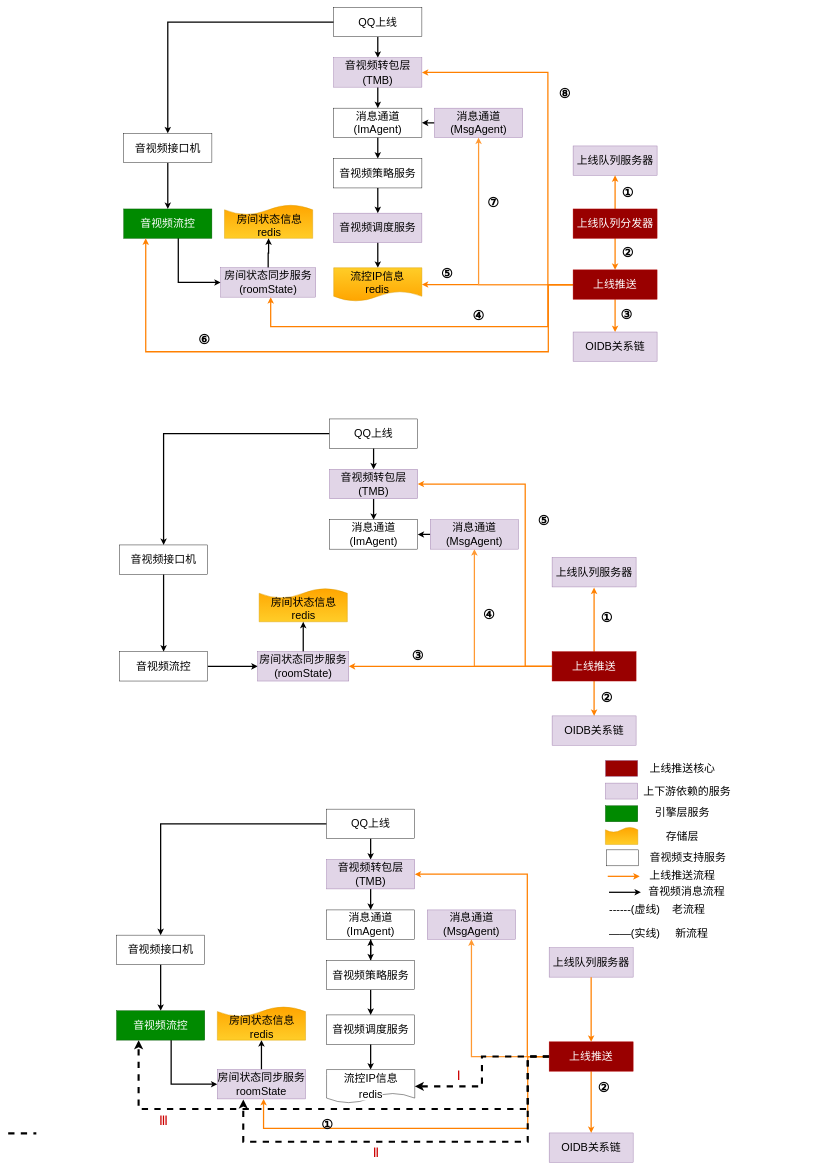
BBQldf/drawIO keeps this draw.io diagram as 多人上线推送总结.drawio. Above is the earlier version. Source tidied: cells renumbered, new cells numbered last; positions are measured from the earlier drawing's top-left corner, leaving out a move shared by most shapes. Both pictures are drawn from the tidied source at 42%, with x=0, y=0 at pixel (8, 7).
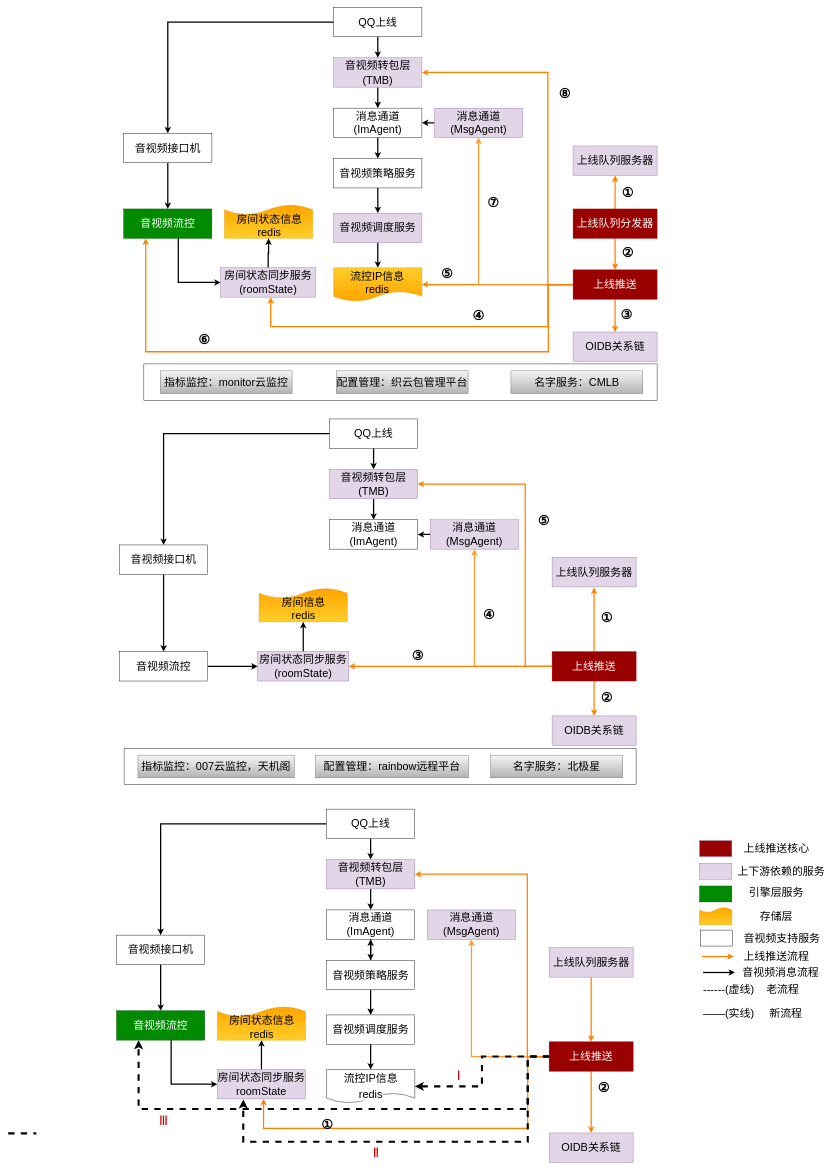
After the change.

Commit message (it also covers changes not shown here):
更新多人上线推送总结.drawio

The change refers to these unchanged cells:
```xml
<mxCell id="64" style="group;" parent="1" vertex="1">
  <mxGeometry x="597.5" y="1383" width="210" height="80" as="geometry" />
</mxCell>
```

Change to the diagram source:
```diff
@@
-    <mxCell id="66" value="房间状态信息&lt;br&gt;redis" style="text;html=1;strokeColor=none;fillColor=none;align=center;verticalAlign=middle;whiteSpace=wrap;rounded=0;fontSize=26;" parent="64" vertex="1">
+    <mxCell id="66" value="房间信息&lt;br&gt;redis" style="text;html=1;strokeColor=none;fillColor=none;align=center;verticalAlign=middle;whiteSpace=wrap;rounded=0;fontSize=26;" parent="64" vertex="1">
       <mxGeometry x="1" y="35" width="209" height="30" as="geometry" />
     </mxCell>
@@
     <mxCell id="116" style="rounded=0;whiteSpace=wrap;html=1;fontSize=26;fillColor=#e1d5e7;strokeColor=#9673a6;" parent="1" vertex="1">
-      <mxGeometry x="1422" y="1847" width="77" height="38" as="geometry" />
+      <mxGeometry x="1646" y="2038" width="77" height="38" as="geometry" />
     </mxCell>
     <mxCell id="117" value="&lt;font color=&quot;#000000&quot;&gt;上下游依赖的服务&lt;/font&gt;" style="text;html=1;strokeColor=none;fillColor=none;align=center;verticalAlign=middle;whiteSpace=wrap;rounded=0;fontSize=26;fontColor=#CC0000;" parent="1" vertex="1">
-      <mxGeometry x="1509" y="1851" width="215" height="30" as="geometry" />
+      <mxGeometry x="1733" y="2042" width="215" height="30" as="geometry" />
     </mxCell>
     <mxCell id="118" style="rounded=0;whiteSpace=wrap;html=1;fontSize=26;fillColor=#008a00;strokeColor=#005700;fontColor=#ffffff;" parent="1" vertex="1">
-      <mxGeometry x="1422" y="1901" width="77" height="38" as="geometry" />
+      <mxGeometry x="1646" y="2092" width="77" height="38" as="geometry" />
     </mxCell>
     <mxCell id="119" value="&lt;font color=&quot;#000000&quot;&gt;引擎层服务&lt;/font&gt;" style="text;html=1;strokeColor=none;fillColor=none;align=center;verticalAlign=middle;whiteSpace=wrap;rounded=0;fontSize=26;fontColor=#CC0000;" parent="1" vertex="1">
-      <mxGeometry x="1515" y="1901" width="180" height="30" as="geometry" />
+      <mxGeometry x="1739" y="2092" width="180" height="30" as="geometry" />
     </mxCell>
     <mxCell id="120" style="group;" parent="1" vertex="1">
-      <mxGeometry x="1422" y="1952" width="87" height="41" as="geometry" />
+      <mxGeometry x="1646" y="2143" width="87" height="41" as="geometry" />
     </mxCell>
@@
     <mxCell id="122" value="&lt;font color=&quot;#000000&quot;&gt;存储层&lt;/font&gt;" style="text;html=1;strokeColor=none;fillColor=none;align=center;verticalAlign=middle;whiteSpace=wrap;rounded=0;fontSize=26;fontColor=#CC0000;" parent="1" vertex="1">
-      <mxGeometry x="1515" y="1957.5" width="180" height="30" as="geometry" />
+      <mxGeometry x="1739" y="2148.5" width="180" height="30" as="geometry" />
     </mxCell>
     <mxCell id="123" style="rounded=0;whiteSpace=wrap;html=1;fontSize=26;fillColor=#990000;strokeColor=#9673a6;" parent="1" vertex="1">
-      <mxGeometry x="1422" y="1793" width="77" height="38" as="geometry" />
+      <mxGeometry x="1646" y="1984" width="77" height="38" as="geometry" />
     </mxCell>
     <mxCell id="124" value="&lt;font color=&quot;#000000&quot;&gt;上线推送核心&lt;/font&gt;" style="text;html=1;strokeColor=none;fillColor=none;align=center;verticalAlign=middle;whiteSpace=wrap;rounded=0;fontSize=26;fontColor=#CC0000;" parent="1" vertex="1">
-      <mxGeometry x="1497.5" y="1797" width="215" height="30" as="geometry" />
+      <mxGeometry x="1721.5" y="1988" width="215" height="30" as="geometry" />
     </mxCell>
     <mxCell id="125" style="endArrow=classic;html=1;rounded=0;fontSize=26;fontColor=#000000;strokeColor=#FF8000;strokeWidth=3;" parent="1" edge="1">
       <mxGeometry relative="1" as="geometry">
-        <mxPoint x="1427.5" y="2069" as="sourcePoint" />
-        <mxPoint x="1503.5" y="2069" as="targetPoint" />
+        <mxPoint x="1651.5" y="2260" as="sourcePoint" />
+        <mxPoint x="1727.5" y="2260" as="targetPoint" />
       </mxGeometry>
     </mxCell>
     <mxCell id="126" value="&lt;font color=&quot;#000000&quot;&gt;上线推送流程&lt;/font&gt;" style="text;html=1;strokeColor=none;fillColor=none;align=center;verticalAlign=middle;whiteSpace=wrap;rounded=0;fontSize=26;fontColor=#CC0000;" parent="1" vertex="1">
-      <mxGeometry x="1514.5" y="2053" width="180" height="30" as="geometry" />
+      <mxGeometry x="1738.5" y="2244" width="180" height="30" as="geometry" />
     </mxCell>
     <mxCell id="127" style="endArrow=classic;html=1;rounded=0;fontSize=26;fontColor=#000000;strokeColor=#000000;strokeWidth=3;" parent="1" edge="1">
       <mxGeometry relative="1" as="geometry">
-        <mxPoint x="1430.5" y="2107" as="sourcePoint" />
-        <mxPoint x="1506.5" y="2107" as="targetPoint" />
+        <mxPoint x="1654.5" y="2298" as="sourcePoint" />
+        <mxPoint x="1730.5" y="2298" as="targetPoint" />
       </mxGeometry>
     </mxCell>
     <mxCell id="128" value="&lt;font color=&quot;#000000&quot;&gt;音视频消息流程&lt;/font&gt;" style="text;html=1;strokeColor=none;fillColor=none;align=center;verticalAlign=middle;whiteSpace=wrap;rounded=0;fontSize=26;fontColor=#CC0000;" parent="1" vertex="1">
-      <mxGeometry x="1517.5" y="2091" width="195" height="30" as="geometry" />
+      <mxGeometry x="1741.5" y="2282" width="195" height="30" as="geometry" />
     </mxCell>
     <mxCell id="129" style="rounded=0;whiteSpace=wrap;html=1;fontSize=26;" parent="1" vertex="1">
-      <mxGeometry x="1424" y="2006" width="77" height="38" as="geometry" />
+      <mxGeometry x="1648" y="2197" width="77" height="38" as="geometry" />
     </mxCell>
     <mxCell id="130" value="&lt;font color=&quot;#000000&quot;&gt;音视频支持服务&lt;/font&gt;" style="text;html=1;strokeColor=none;fillColor=none;align=center;verticalAlign=middle;whiteSpace=wrap;rounded=0;fontSize=26;fontColor=#CC0000;" parent="1" vertex="1">
-      <mxGeometry x="1511" y="2010" width="215" height="30" as="geometry" />
+      <mxGeometry x="1735" y="2201" width="215" height="30" as="geometry" />
     </mxCell>
     <mxCell id="131" value="&lt;p&gt;&lt;span&gt;------(&lt;/span&gt;&lt;span&gt;虚线&lt;/span&gt;&lt;span&gt;)&amp;nbsp; &amp;nbsp;&amp;nbsp;&lt;/span&gt;&lt;span&gt;老流程&lt;/span&gt;&lt;/p&gt;&lt;p&gt;&lt;span&gt;——(&lt;/span&gt;&lt;span&gt;实线&lt;/span&gt;&lt;span&gt;)&amp;nbsp; &amp;nbsp; &amp;nbsp;&lt;/span&gt;&lt;span&gt;新流程&lt;/span&gt;&lt;/p&gt;" style="text;whiteSpace=wrap;html=1;fontSize=26;fontColor=#000000;" parent="1" vertex="1">
-      <mxGeometry x="1429" y="2098.5" width="297" height="145" as="geometry" />
+      <mxGeometry x="1653" y="2289.5" width="297" height="145" as="geometry" />
     </mxCell>
@@
+    <mxCell id="133" style="rounded=0;whiteSpace=wrap;html=1;labelBackgroundColor=none;fontSize=26;" parent="1" vertex="1">
+      <mxGeometry x="323" y="849" width="1222" height="87" as="geometry" />
+    </mxCell>
+    <mxCell id="134" value="指标监控：monitor云监控" style="text;html=1;strokeColor=#666666;fillColor=#f5f5f5;align=center;verticalAlign=middle;whiteSpace=wrap;rounded=0;labelBackgroundColor=none;fontSize=26;gradientColor=#b3b3b3;" parent="1" vertex="1">
+      <mxGeometry x="362" y="865.5" width="314" height="54" as="geometry" />
+    </mxCell>
+    <mxCell id="135" value="配置管理：织云包管理平台" style="text;html=1;strokeColor=#666666;fillColor=#f5f5f5;align=center;verticalAlign=middle;whiteSpace=wrap;rounded=0;labelBackgroundColor=none;fontSize=26;gradientColor=#b3b3b3;" parent="1" vertex="1">
+      <mxGeometry x="781" y="865.5" width="314" height="54" as="geometry" />
+    </mxCell>
+    <mxCell id="136" value="名字服务：CMLB" style="text;html=1;strokeColor=#666666;fillColor=#f5f5f5;align=center;verticalAlign=middle;whiteSpace=wrap;rounded=0;labelBackgroundColor=none;fontSize=26;gradientColor=#b3b3b3;" parent="1" vertex="1">
+      <mxGeometry x="1197" y="865.5" width="314" height="54" as="geometry" />
+    </mxCell>
+    <mxCell id="137" style="rounded=0;whiteSpace=wrap;html=1;labelBackgroundColor=none;fontSize=26;" parent="1" vertex="1">
+      <mxGeometry x="276" y="1764" width="1219" height="87" as="geometry" />
+    </mxCell>
+    <mxCell id="138" value="指标监控：007云监控，天机阁" style="text;html=1;strokeColor=#666666;fillColor=#f5f5f5;align=center;verticalAlign=middle;whiteSpace=wrap;rounded=0;labelBackgroundColor=none;fontSize=26;gradientColor=#b3b3b3;" parent="1" vertex="1">
+      <mxGeometry x="309" y="1780.5" width="372" height="54" as="geometry" />
+    </mxCell>
+    <mxCell id="139" value="配置管理：rainbow远程平台" style="text;html=1;strokeColor=#666666;fillColor=#f5f5f5;align=center;verticalAlign=middle;whiteSpace=wrap;rounded=0;labelBackgroundColor=none;fontSize=26;gradientColor=#b3b3b3;" parent="1" vertex="1">
+      <mxGeometry x="732" y="1780.5" width="364" height="54" as="geometry" />
+    </mxCell>
+    <mxCell id="140" value="名字服务：北极星" style="text;html=1;strokeColor=#666666;fillColor=#f5f5f5;align=center;verticalAlign=middle;whiteSpace=wrap;rounded=0;labelBackgroundColor=none;fontSize=26;gradientColor=#b3b3b3;" parent="1" vertex="1">
+      <mxGeometry x="1149" y="1780.5" width="314" height="54" as="geometry" />
+    </mxCell>
```
